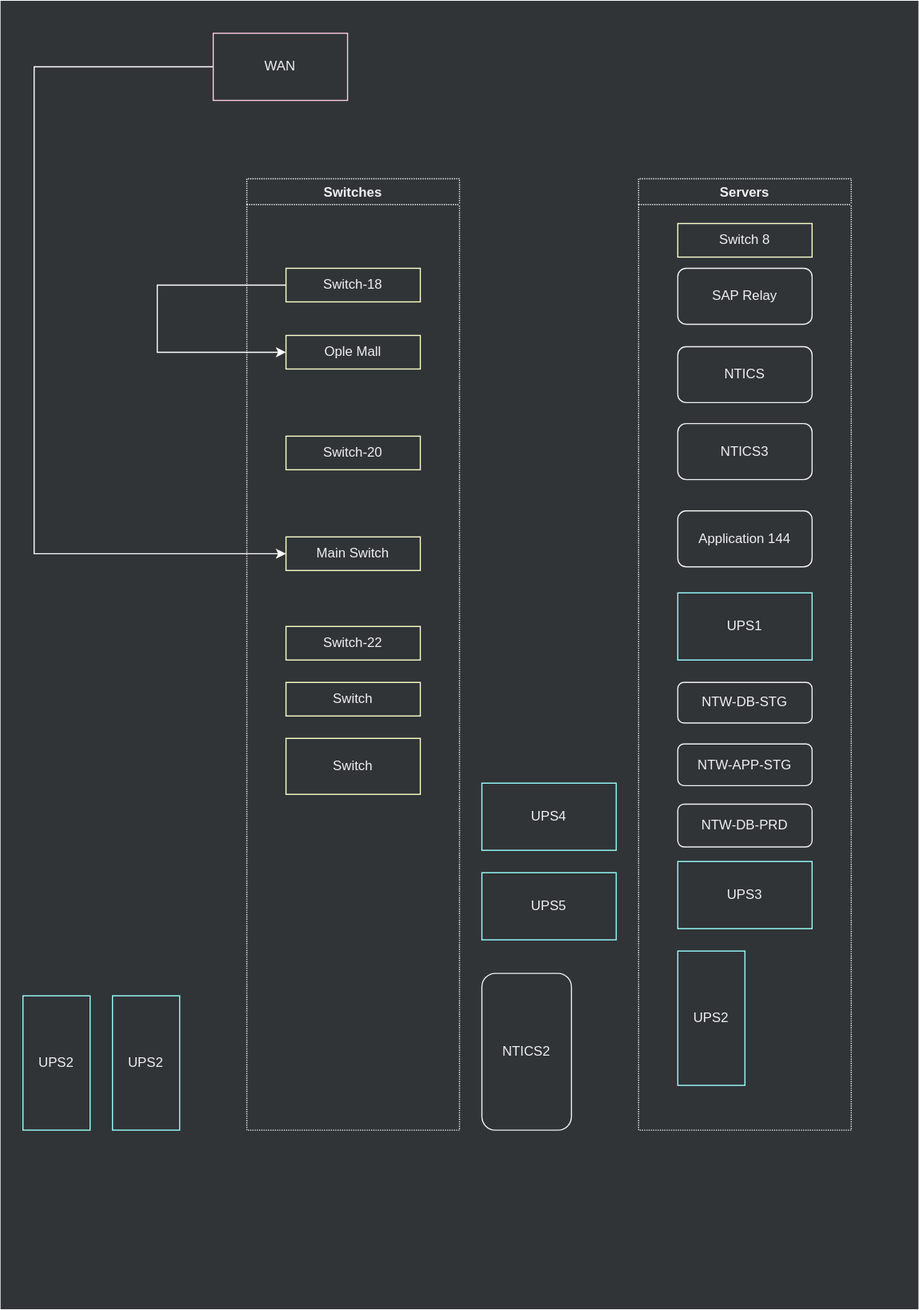
Before: assets/.draw.io/references/cypress-lan-structure-diagram.svg, a diagram exported from draw.io (jiholee-ntwglobal/jiholee-ntwglobal.github.io). Source tidied: cells renumbered, new cells last; positions are measured from the earlier drawing's top-left corner, leaving out a move shared by most shapes.
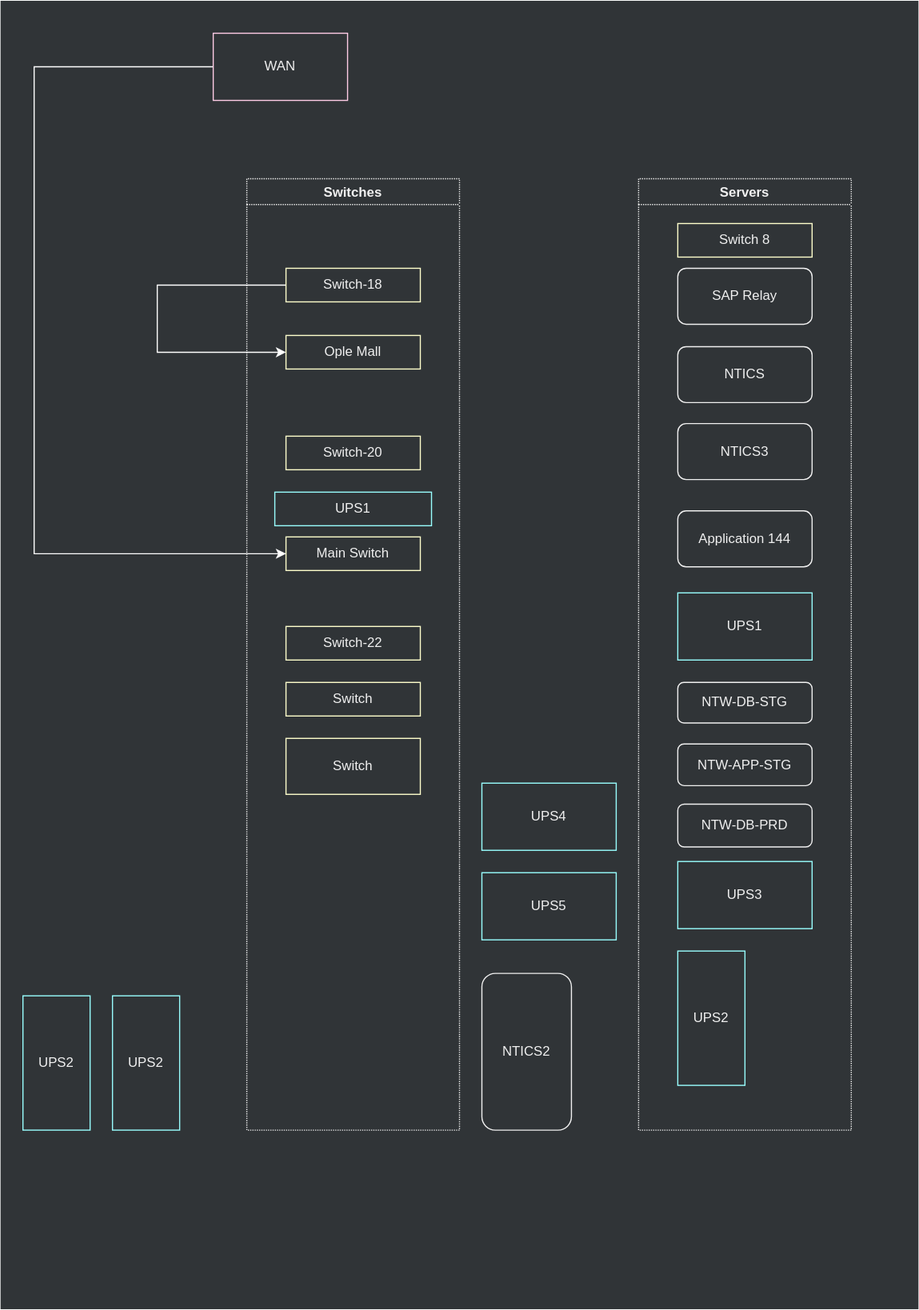
The same file after the commit.

What changed in the source:
```diff
@@ -37,6 +37,9 @@
     <mxCell id="11" value="Switch" style="rounded=0;whiteSpace=wrap;html=1;fillColor=none;fontColor=#F0F0F0;strokeColor=#FFFFCC;" parent="3" vertex="1">
       <mxGeometry x="35" y="500" width="120" height="50" as="geometry" />
     </mxCell>
+    <mxCell id="31" value="UPS1" style="rounded=0;whiteSpace=wrap;html=1;fillColor=none;fontColor=#F0F0F0;strokeColor=#99FFFF;" parent="3" vertex="1">
+      <mxGeometry x="25" y="280" width="140" height="30" as="geometry" />
+    </mxCell>
     <mxCell id="12" value="Servers" style="swimlane;rounded=0;strokeColor=#F0F0F0;fontColor=#F0F0F0;dashed=1;dashPattern=1 1;swimlaneFillColor=#303437;fillColor=#303437;" parent="1" vertex="1">
       <mxGeometry x="570" y="159" width="190" height="850" as="geometry" />
     </mxCell>
```
